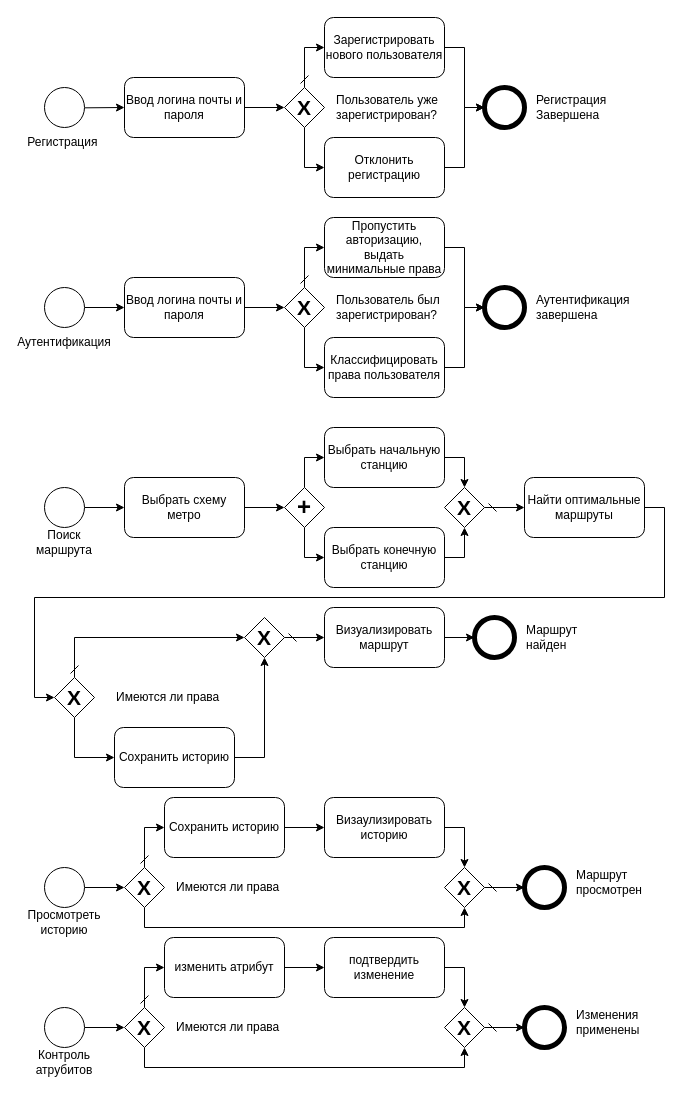
Earlier version of the draw.io diagram charts/BPMN.drawio (Mihyich/PPO). Source tidied: cells renumbered, new cells numbered last; positions are measured from the earlier drawing's top-left corner, leaving out a move shared by most shapes. Both pictures are drawn from the tidied source at 100%, with x=0, y=0 at pixel (34, 17).
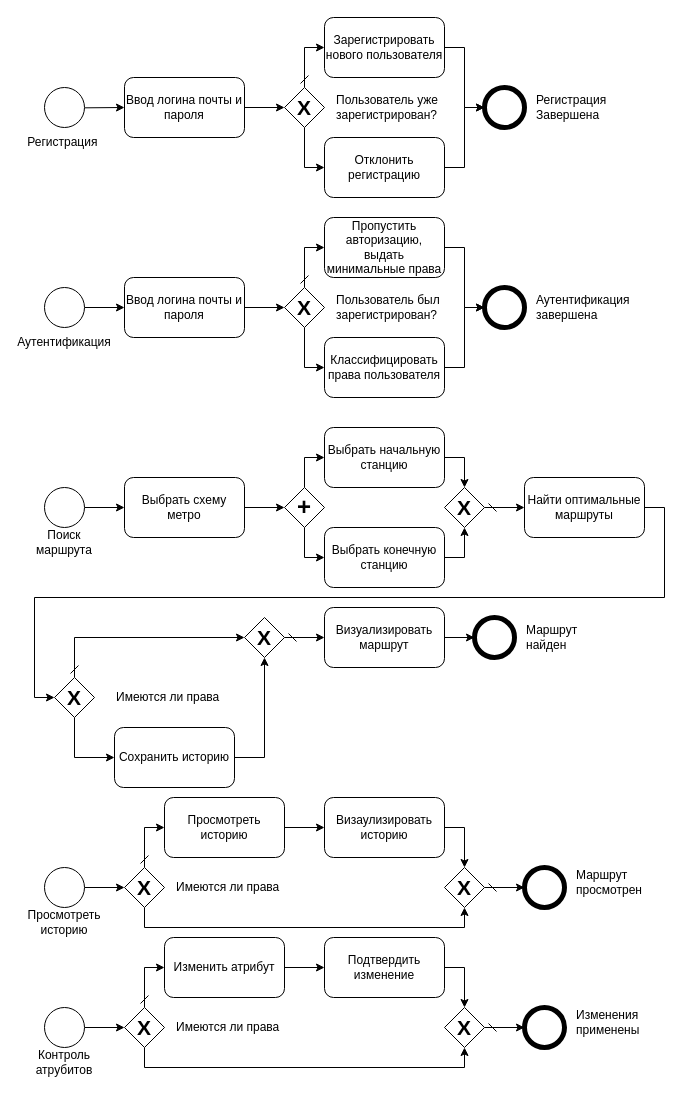
Above is the later version.

Commit message:
Исправлены опечатки в BPMN диаграмме

The edit, as a diff of the source:
```diff
@@
-    <mxCell id="67" value="Сохранить историю" style="rounded=1;whiteSpace=wrap;html=1;" parent="1" vertex="1">
+    <mxCell id="67" value="Просмотреть историю" style="rounded=1;whiteSpace=wrap;html=1;" parent="1" vertex="1">
       <mxGeometry x="130" y="780" width="120" height="60" as="geometry" />
     </mxCell>
@@
-    <mxCell id="82" value="изменить атрибут" style="rounded=1;whiteSpace=wrap;html=1;" parent="1" vertex="1">
+    <mxCell id="82" value="Изменить атрибут" style="rounded=1;whiteSpace=wrap;html=1;" parent="1" vertex="1">
       <mxGeometry x="130" y="920" width="120" height="60" as="geometry" />
     </mxCell>
@@
-    <mxCell id="85" value="подтвердить изменение" style="rounded=1;whiteSpace=wrap;html=1;" parent="1" vertex="1">
+    <mxCell id="85" value="Подтвердить изменение" style="rounded=1;whiteSpace=wrap;html=1;" parent="1" vertex="1">
       <mxGeometry x="290" y="920" width="120" height="60" as="geometry" />
     </mxCell>
```
